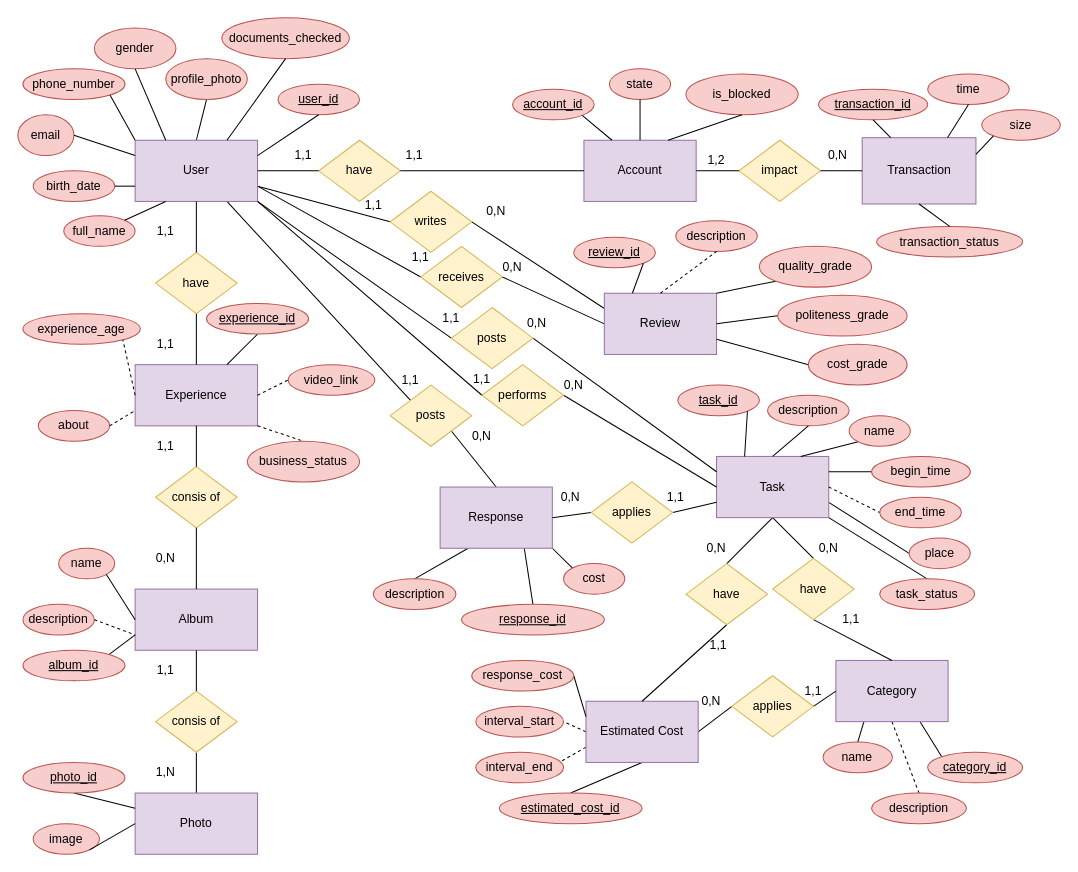
This is page "Страница 1" (1 of 2) of concept.drawio from Shennor/youdoDB, a draw.io file, before an edit. Source tidied: cells renumbered, new cells numbered last; positions are measured from the earlier drawing's top-left corner, leaving out a move shared by most shapes. Both pictures are drawn from the tidied source at 102%, with x=0, y=0 at pixel (17, 17).
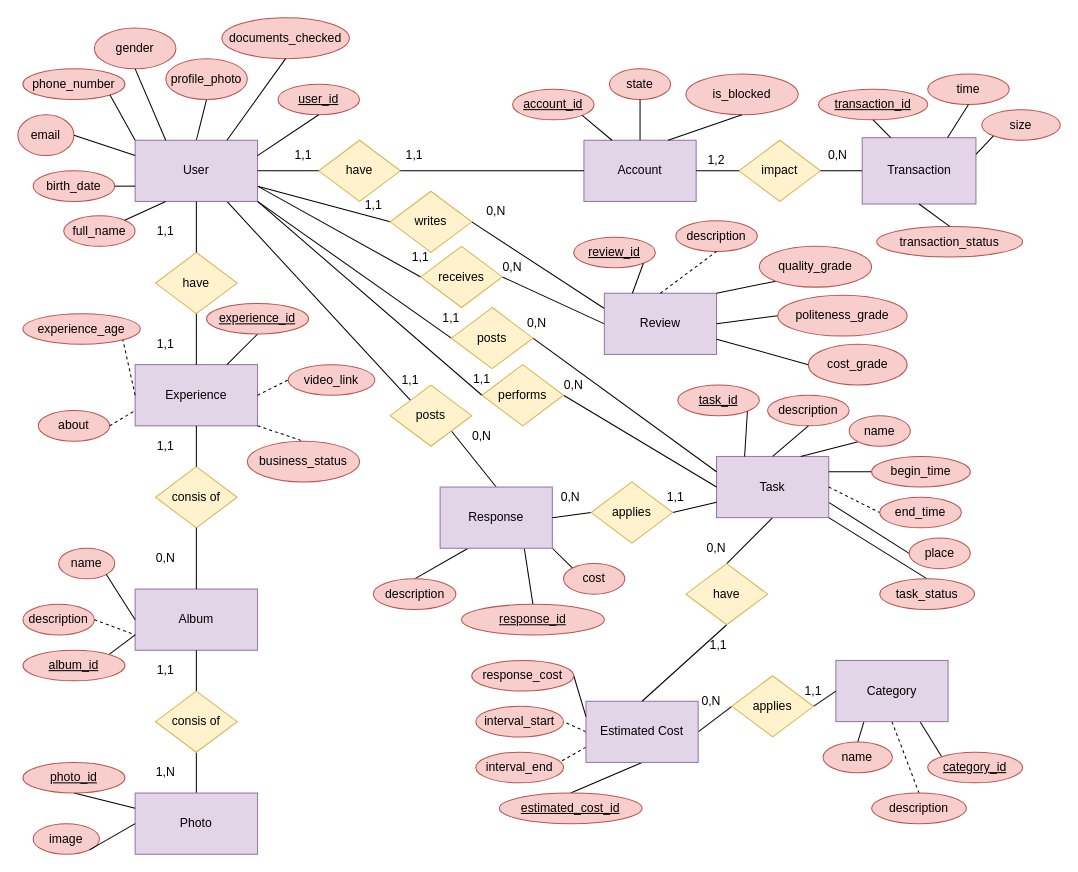
The same diagram, later.

Unchanged cells that the change refers to:
```xml
<mxCell id="111" value="Task" style="rounded=0;whiteSpace=wrap;html=1;fillColor=#e1d5e7;strokeColor=#9673a6;" parent="1" vertex="1">
  <mxGeometry x="685" y="430" width="110" height="60" as="geometry" />
</mxCell>
<mxCell id="136" value="Category" style="rounded=0;whiteSpace=wrap;html=1;fillColor=#e1d5e7;strokeColor=#9673a6;" parent="1" vertex="1">
  <mxGeometry x="802" y="630" width="110" height="60" as="geometry" />
</mxCell>
```

Diff of the diagram source:
```diff
@@
-    <mxCell id="109" style="edgeStyle=none;rounded=0;jettySize=auto;html=1;exitX=0.5;exitY=1;exitDx=0;exitDy=0;entryX=0.5;entryY=0;entryDx=0;entryDy=0;endArrow=none;endFill=0;" parent="1" edge="1" source="111" target="138">
-      <mxGeometry relative="1" as="geometry" />
-    </mxCell>
@@
-    <mxCell id="137" style="edgeStyle=none;rounded=0;jettySize=auto;html=1;exitX=0.5;exitY=1;exitDx=0;exitDy=0;entryX=0.5;entryY=0;entryDx=0;entryDy=0;endArrow=none;endFill=0;" parent="1" edge="1" source="138" target="136">
-      <mxGeometry relative="1" as="geometry" />
-    </mxCell>
-    <mxCell id="138" value="have" style="rhombus;whiteSpace=wrap;html=1;fillColor=#fff2cc;strokeColor=#d6b656;" parent="1" vertex="1">
-      <mxGeometry x="740" y="530" width="80" height="60" as="geometry" />
-    </mxCell>
-    <mxCell id="139" value="0,N" style="text;html=1;strokeColor=none;fillColor=none;align=center;verticalAlign=middle;whiteSpace=wrap;rounded=0;" parent="1" vertex="1">
-      <mxGeometry x="775" y="510" width="40" height="20" as="geometry" />
-    </mxCell>
-    <mxCell id="140" value="1,1" style="text;html=1;strokeColor=none;fillColor=none;align=center;verticalAlign=middle;whiteSpace=wrap;rounded=0;" parent="1" vertex="1">
-      <mxGeometry x="797" y="580" width="40" height="20" as="geometry" />
-    </mxCell>
```
